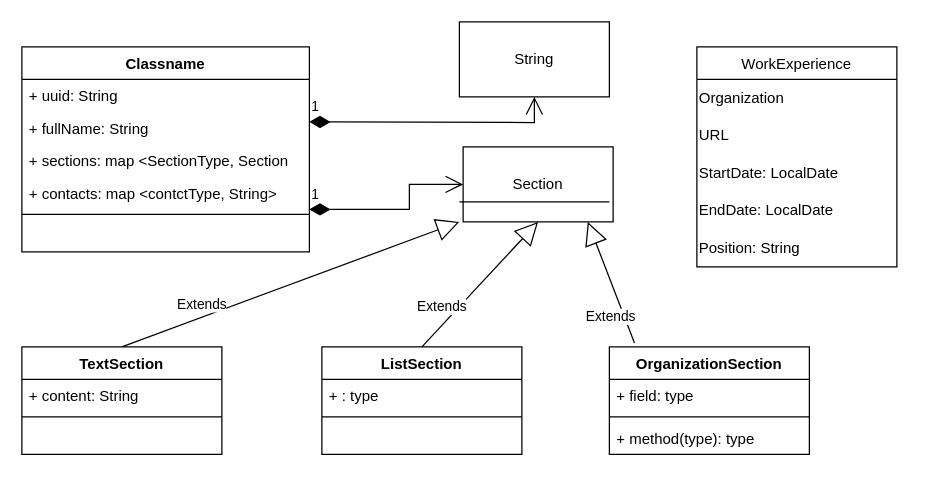
Before: Resume.drawio in sergr972/basejava, a draw.io diagram. Source tidied: cells renumbered, new cells numbered last; positions are measured from the earlier drawing's top-left corner, leaving out a move shared by most shapes. Both pictures are drawn from the tidied source at 125%, with x=0, y=0 at pixel (21, 21).
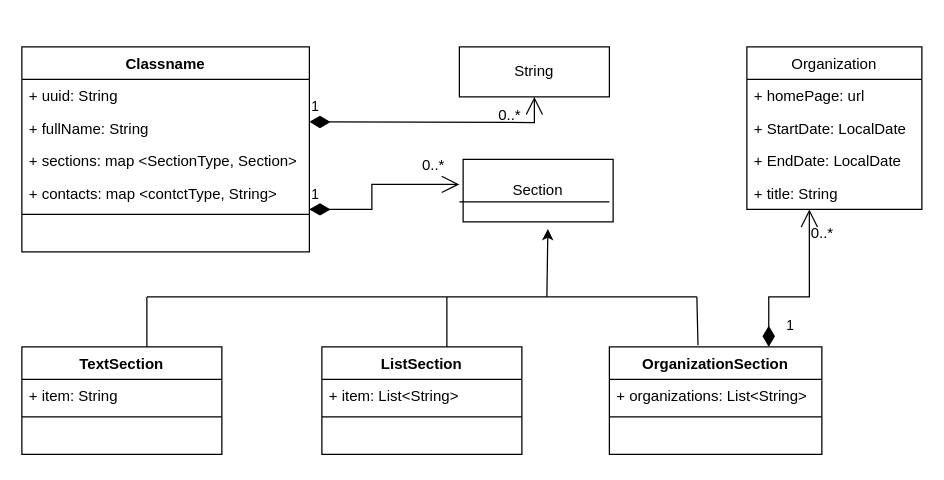
After the change.

Unchanged cells that the change refers to:
```xml
<mxCell id="8" value="Classname" style="swimlane;fontStyle=1;align=center;verticalAlign=top;horizontal=1;startSize=26;" parent="1" vertex="1">
  <mxGeometry y="20" width="230" height="164" as="geometry" />
</mxCell>
<mxCell id="23" value="TextSection" style="swimlane;fontStyle=1;align=center;verticalAlign=top;horizontal=1;startSize=26;" parent="1" vertex="1">
  <mxGeometry y="260" width="160" height="86" as="geometry" />
</mxCell>
<mxCell id="27" value="ListSection" style="swimlane;fontStyle=1;align=center;verticalAlign=top;horizontal=1;startSize=26;" parent="1" vertex="1">
  <mxGeometry x="240" y="260" width="160" height="86" as="geometry" />
</mxCell>
```

What changed in the source:
```diff
@@
-    <mxCell id="2" value="WorkExperience" style="swimlane;fontStyle=0;align=center;verticalAlign=top;horizontal=1;startSize=26;rounded=0;shadow=0;strokeWidth=1;" parent="1" vertex="1">
-      <mxGeometry x="540" y="20" width="160" height="176" as="geometry" />
-    </mxCell>
-    <mxCell id="3" value="Organization" style="text;html=1;align=left;verticalAlign=middle;strokeColor=none;fillColor=none;" parent="2" vertex="1">
-      <mxGeometry y="26" width="160" height="30" as="geometry" />
-    </mxCell>
-    <mxCell id="4" value="URL" style="text;html=1;align=left;verticalAlign=middle;strokeColor=none;fillColor=none;" parent="2" vertex="1">
-      <mxGeometry y="56" width="160" height="30" as="geometry" />
-    </mxCell>
-    <mxCell id="5" value="StartDate: LocalDate" style="text;html=1;align=left;verticalAlign=middle;strokeColor=none;fillColor=none;" parent="2" vertex="1">
-      <mxGeometry y="86" width="160" height="30" as="geometry" />
-    </mxCell>
-    <mxCell id="6" value="EndDate: LocalDate" style="text;html=1;align=left;verticalAlign=middle;strokeColor=none;fillColor=none;" parent="2" vertex="1">
-      <mxGeometry y="116" width="160" height="30" as="geometry" />
-    </mxCell>
-    <mxCell id="7" value="Position: String" style="text;html=1;align=left;verticalAlign=middle;strokeColor=none;fillColor=none;" parent="2" vertex="1">
-      <mxGeometry y="146" width="160" height="30" as="geometry" />
-    </mxCell>
@@
-    <mxCell id="11" value="+ sections: map &lt;SectionType, Section" style="text;strokeColor=none;fillColor=none;align=left;verticalAlign=top;spacingLeft=4;spacingRight=4;overflow=hidden;" parent="8" vertex="1">
+    <mxCell id="11" value="+ sections: map &lt;SectionType, Section&gt;" style="text;strokeColor=none;fillColor=none;align=left;verticalAlign=top;spacingLeft=4;spacingRight=4;overflow=hidden;" parent="8" vertex="1">
       <mxGeometry y="78" width="230" height="26" as="geometry" />
     </mxCell>
@@
     <mxCell id="15" value="String" style="whiteSpace=wrap;html=1;" parent="1" vertex="1">
-      <mxGeometry x="350" width="120" height="60" as="geometry" />
+      <mxGeometry x="350" y="20" width="120" height="40" as="geometry" />
     </mxCell>
     <mxCell id="16" value="Section" style="whiteSpace=wrap;html=1;" parent="1" vertex="1">
-      <mxGeometry x="353" y="100" width="120" height="60" as="geometry" />
+      <mxGeometry x="353" y="110" width="120" height="50" as="geometry" />
     </mxCell>
@@
-    <mxCell id="19" value="1" style="endArrow=open;html=1;endSize=12;startArrow=diamondThin;startSize=14;startFill=1;edgeStyle=orthogonalEdgeStyle;align=left;verticalAlign=bottom;rounded=0;entryX=0;entryY=0.5;entryDx=0;entryDy=0;" parent="1" edge="1" target="16">
+    <mxCell id="19" value="1" style="endArrow=open;html=1;endSize=12;startArrow=diamondThin;startSize=14;startFill=1;edgeStyle=orthogonalEdgeStyle;align=left;verticalAlign=bottom;rounded=0;" parent="1" edge="1">
       <mxGeometry x="-1" y="3" relative="1" as="geometry">
         <mxPoint x="230" y="150" as="sourcePoint" />
+        <mxPoint x="350" y="130" as="targetPoint" />
         <Array as="points">
-          <mxPoint x="310" y="150" />
-          <mxPoint x="310" y="130" />
+          <mxPoint x="280" y="150" />
+          <mxPoint x="280" y="130" />
         </Array>
       </mxGeometry>
     </mxCell>
-    <mxCell id="20" value="Extends" style="endArrow=block;endSize=16;endFill=0;html=1;rounded=0;exitX=0.5;exitY=0;exitDx=0;exitDy=0;" parent="1" edge="1" source="23">
-      <mxGeometry x="-0.5" y="10" relative="1" as="geometry">
-        <mxPoint x="350" y="160" as="targetPoint" />
-      </mxGeometry>
-    </mxCell>
-    <mxCell id="21" value="Extends" style="endArrow=block;endSize=16;endFill=0;html=1;rounded=0;entryX=0.5;entryY=1;entryDx=0;entryDy=0;exitX=0.5;exitY=0;exitDx=0;exitDy=0;" parent="1" edge="1" target="16">
-      <mxGeometry x="-0.5" y="10" relative="1" as="geometry">
-        <mxPoint x="320" y="260" as="sourcePoint" />
-      </mxGeometry>
-    </mxCell>
-    <mxCell id="22" value="Extends" style="endArrow=block;endSize=16;endFill=0;html=1;rounded=0;entryX=0.831;entryY=1;entryDx=0;entryDy=0;exitX=0.584;exitY=-0.051;exitDx=0;exitDy=0;exitPerimeter=0;entryPerimeter=0;" parent="1" edge="1" target="16">
-      <mxGeometry x="-0.5" y="10" relative="1" as="geometry">
-        <mxPoint x="490.1" y="256.9" as="sourcePoint" />
-      </mxGeometry>
-    </mxCell>
@@
-    <mxCell id="24" value="+ content: String" style="text;strokeColor=none;fillColor=none;align=left;verticalAlign=top;spacingLeft=4;spacingRight=4;overflow=hidden;" parent="23" vertex="1">
-      <mxGeometry y="26" width="160" height="26" as="geometry" />
-    </mxCell>
+    <mxCell id="35" value="+ item: String" style="text;strokeColor=none;fillColor=none;align=left;verticalAlign=top;spacingLeft=4;spacingRight=4;overflow=hidden;" parent="23" vertex="1">
+      <mxGeometry y="26" width="160" height="26" as="geometry" />
+    </mxCell>
@@
-    <mxCell id="28" value="+ : type" style="text;strokeColor=none;fillColor=none;align=left;verticalAlign=top;spacingLeft=4;spacingRight=4;overflow=hidden;" parent="27" vertex="1">
+    <mxCell id="28" value="+ item: List&lt;String&gt;" style="text;strokeColor=none;fillColor=none;align=left;verticalAlign=top;spacingLeft=4;spacingRight=4;overflow=hidden;" parent="27" vertex="1">
       <mxGeometry y="26" width="160" height="26" as="geometry" />
     </mxCell>
@@
     <mxCell id="31" value="OrganizationSection" style="swimlane;fontStyle=1;align=center;verticalAlign=top;horizontal=1;startSize=26;" parent="1" vertex="1">
-      <mxGeometry x="470" y="260" width="160" height="86" as="geometry" />
+      <mxGeometry x="470" y="260" width="170" height="86" as="geometry" />
     </mxCell>
-    <mxCell id="32" value="+ field: type" style="text;strokeColor=none;fillColor=none;align=left;verticalAlign=top;spacingLeft=4;spacingRight=4;overflow=hidden;" parent="31" vertex="1">
-      <mxGeometry y="26" width="160" height="26" as="geometry" />
+    <mxCell id="32" value="+ organizations: List&lt;String&gt;" style="text;strokeColor=none;fillColor=none;align=left;verticalAlign=top;spacingLeft=4;spacingRight=4;overflow=hidden;" parent="31" vertex="1">
+      <mxGeometry y="26" width="170" height="26" as="geometry" />
     </mxCell>
     <mxCell id="33" style="line;strokeWidth=1;fillColor=none;align=left;verticalAlign=middle;spacingTop=-1;spacingLeft=3;spacingRight=3;labelPosition=right;strokeColor=inherit;" parent="31" vertex="1">
-      <mxGeometry y="52" width="160" height="8" as="geometry" />
+      <mxGeometry y="52" width="170" height="8" as="geometry" />
     </mxCell>
-    <mxCell id="34" value="+ method(type): type" style="text;strokeColor=none;fillColor=none;align=left;verticalAlign=top;spacingLeft=4;spacingRight=4;overflow=hidden;" parent="31" vertex="1">
-      <mxGeometry y="60" width="160" height="26" as="geometry" />
+    <mxCell id="34" value=" " style="text;strokeColor=none;fillColor=none;align=left;verticalAlign=top;spacingLeft=4;spacingRight=4;overflow=hidden;" parent="31" vertex="1">
+      <mxGeometry y="60" width="170" height="26" as="geometry" />
     </mxCell>
+    <mxCell id="3" value="Organization" style="swimlane;fontStyle=0;horizontal=1;startSize=26;fillColor=none;" parent="1" vertex="1">
+      <mxGeometry x="580" y="20" width="140" height="130" as="geometry" />
+    </mxCell>
+    <mxCell id="36" value="+ homePage: url" style="text;strokeColor=none;fillColor=none;align=left;verticalAlign=top;spacingLeft=4;spacingRight=4;overflow=hidden;" parent="3" vertex="1">
+      <mxGeometry y="26" width="140" height="26" as="geometry" />
+    </mxCell>
+    <mxCell id="37" value="+ StartDate: LocalDate" style="text;strokeColor=none;fillColor=none;align=left;verticalAlign=top;spacingLeft=4;spacingRight=4;overflow=hidden;" parent="3" vertex="1">
+      <mxGeometry y="52" width="140" height="26" as="geometry" />
+    </mxCell>
+    <mxCell id="38" value="+ EndDate: LocalDate" style="text;strokeColor=none;fillColor=none;align=left;verticalAlign=top;spacingLeft=4;spacingRight=4;overflow=hidden;" parent="3" vertex="1">
+      <mxGeometry y="78" width="140" height="26" as="geometry" />
+    </mxCell>
+    <mxCell id="39" value="+ title: String" style="text;strokeColor=none;fillColor=none;align=left;verticalAlign=top;spacingLeft=4;spacingRight=4;overflow=hidden;points=[[0,0.5],[1,0.5]];portConstraint=eastwest;" parent="3" vertex="1">
+      <mxGeometry y="104" width="140" height="26" as="geometry" />
+    </mxCell>
+    <mxCell id="40" style="endArrow=none;html=1;rounded=0;" parent="1" edge="1">
+      <mxGeometry relative="1" as="geometry">
+        <mxPoint x="100" y="260" as="sourcePoint" />
+        <mxPoint x="100" y="220" as="targetPoint" />
+      </mxGeometry>
+    </mxCell>
+    <mxCell id="41" style="endArrow=none;html=1;rounded=0;" parent="1" edge="1">
+      <mxGeometry relative="1" as="geometry">
+        <mxPoint x="340" y="260" as="sourcePoint" />
+        <mxPoint x="340" y="220" as="targetPoint" />
+      </mxGeometry>
+    </mxCell>
+    <mxCell id="42" style="endArrow=none;html=1;rounded=0;exitX=0.417;exitY=-0.016;exitDx=0;exitDy=0;exitPerimeter=0;" parent="1" edge="1" source="31">
+      <mxGeometry relative="1" as="geometry">
+        <mxPoint x="540" y="220" as="targetPoint" />
+      </mxGeometry>
+    </mxCell>
+    <mxCell id="43" style="endArrow=none;html=1;rounded=0;" parent="1" edge="1">
+      <mxGeometry relative="1" as="geometry">
+        <mxPoint x="100" y="220" as="sourcePoint" />
+        <mxPoint x="540" y="220" as="targetPoint" />
+      </mxGeometry>
+    </mxCell>
+    <mxCell id="44" style="endArrow=classic;html=1;rounded=0;entryX=0.565;entryY=1.113;entryDx=0;entryDy=0;entryPerimeter=0;" parent="1" edge="1" target="16">
+      <mxGeometry relative="1" as="geometry">
+        <mxPoint x="420" y="220" as="sourcePoint" />
+      </mxGeometry>
+    </mxCell>
+    <mxCell id="45" value="1" style="endArrow=open;html=1;endSize=12;startArrow=diamondThin;startSize=14;startFill=1;edgeStyle=orthogonalEdgeStyle;align=left;verticalAlign=bottom;rounded=0;exitX=0.75;exitY=0;exitDx=0;exitDy=0;entryX=0.357;entryY=1;entryDx=0;entryDy=0;entryPerimeter=0;" parent="1" edge="1" source="31" target="39">
+      <mxGeometry x="-0.87" y="-12" relative="1" as="geometry">
+        <Array as="points">
+          <mxPoint x="598" y="220" />
+          <mxPoint x="630" y="220" />
+        </Array>
+        <mxPoint y="1" as="offset" />
+      </mxGeometry>
+    </mxCell>
+    <mxCell id="46" value="0..*" style="text;html=1;align=center;verticalAlign=middle;strokeColor=none;fillColor=none;" parent="1" vertex="1">
+      <mxGeometry x="309" y="100" width="40" height="30" as="geometry" />
+    </mxCell>
+    <mxCell id="47" value="0..*" style="text;html=1;align=center;verticalAlign=middle;strokeColor=none;fillColor=none;" parent="1" vertex="1">
+      <mxGeometry x="370" y="60" width="40" height="30" as="geometry" />
+    </mxCell>
+    <mxCell id="48" value="0..*" style="text;html=1;align=center;verticalAlign=middle;strokeColor=none;fillColor=none;" parent="1" vertex="1">
+      <mxGeometry x="620" y="154" width="40" height="30" as="geometry" />
+    </mxCell>
```
